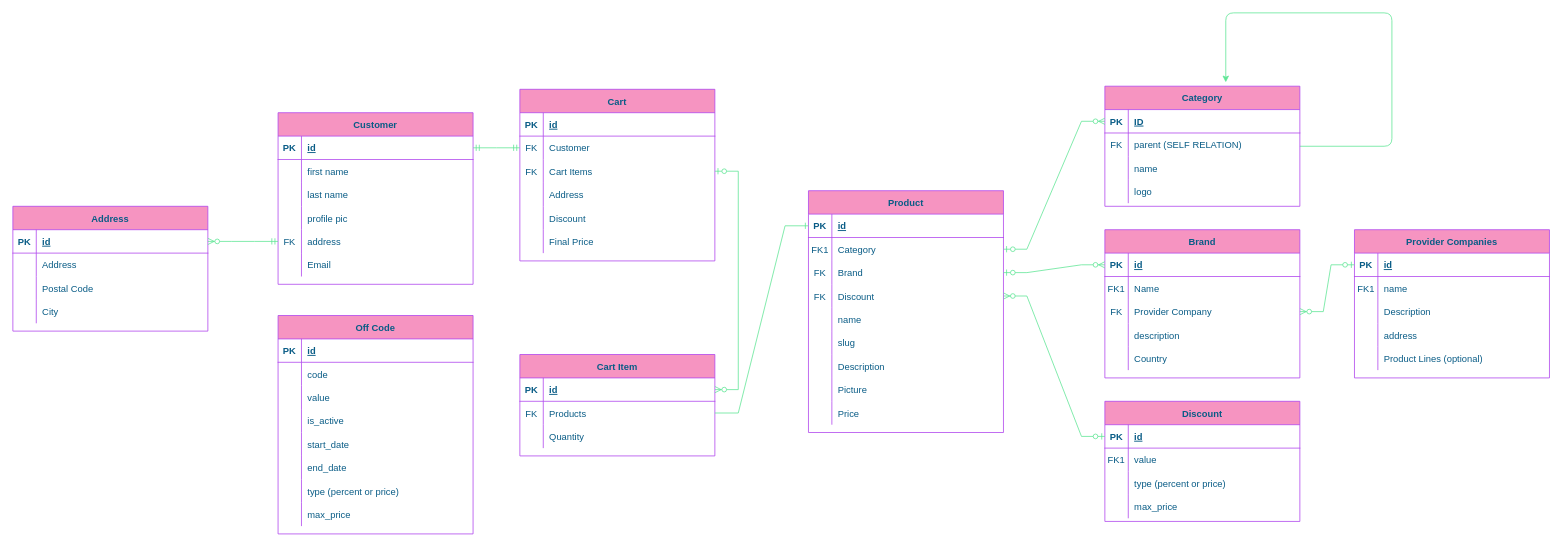
Above: Untitled Diagram.drawio in AlirezaDelkhahi/DjangoShop (draw.io), before the change. Source tidied: cells renumbered, new cells numbered last; positions are measured from the earlier drawing's top-left corner, leaving out a move shared by most shapes. Both pictures are drawn from the tidied source at 78%, with x=0, y=0 at pixel (12, 12).
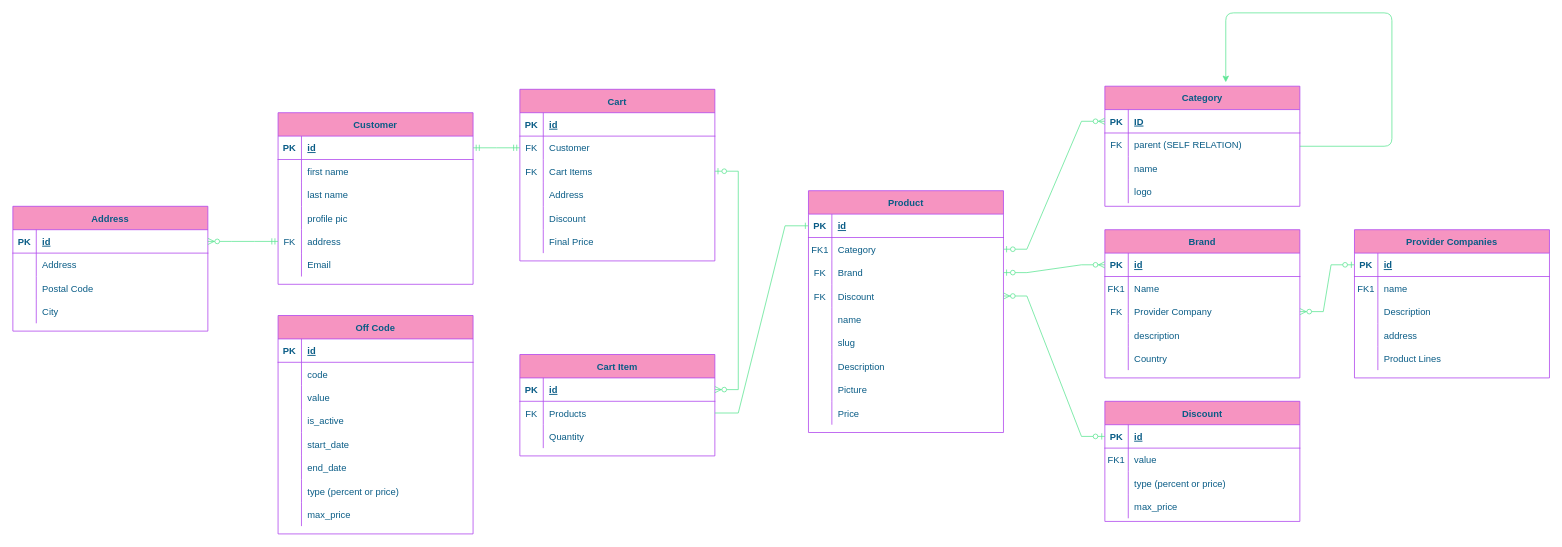
The same diagram, later.

Unchanged cells that the change refers to:
```xml
<mxCell id="172" style="shape=partialRectangle;fillColor=none;top=0;left=0;right=0;bottom=0;strokeColor=#AF45ED;fontColor=#095C86;" parent="159" vertex="1">
  <mxGeometry y="150" width="250" height="30" as="geometry" />
</mxCell>
```

Diff of the diagram source:
```diff
@@
-    <mxCell id="174" value="Product Lines (optional)" style="shape=partialRectangle;overflow=hidden;fillColor=none;top=0;left=0;bottom=0;right=0;align=left;spacingLeft=6;strokeColor=#AF45ED;fontColor=#095C86;" parent="172" vertex="1">
+    <mxCell id="174" value="Product Lines" style="shape=partialRectangle;overflow=hidden;fillColor=none;top=0;left=0;bottom=0;right=0;align=left;spacingLeft=6;strokeColor=#AF45ED;fontColor=#095C86;" parent="172" vertex="1">
       <mxGeometry x="30" width="220" height="30" as="geometry" />
     </mxCell>
```
